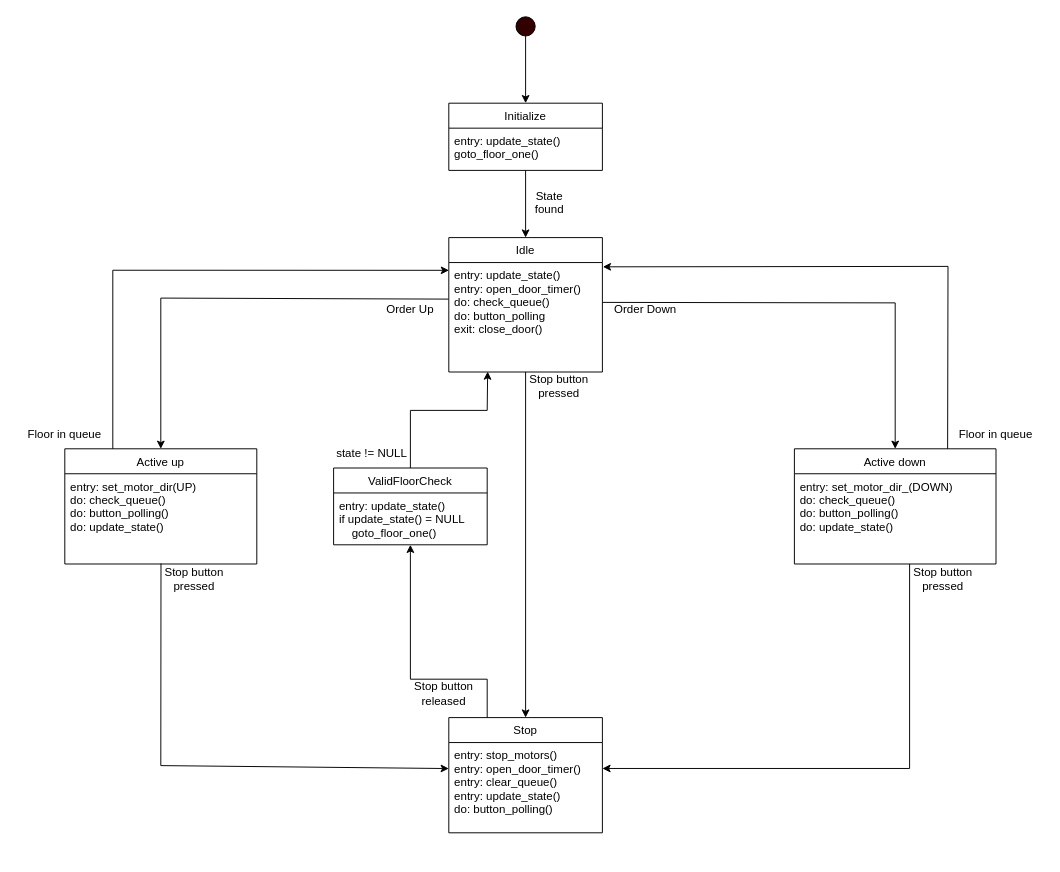
Earlier version of the draw.io diagram page "Tilstandsdiagram v2" (2 of 4) of state_machine.drawio (hk-lor/Tilpdat-TTK4235-heis). Source tidied: cells renumbered, new cells numbered last; positions are measured from the earlier drawing's top-left corner, leaving out a move shared by most shapes. Both pictures are drawn from the tidied source at 96%, with x=0, y=0 at pixel (16, 16).
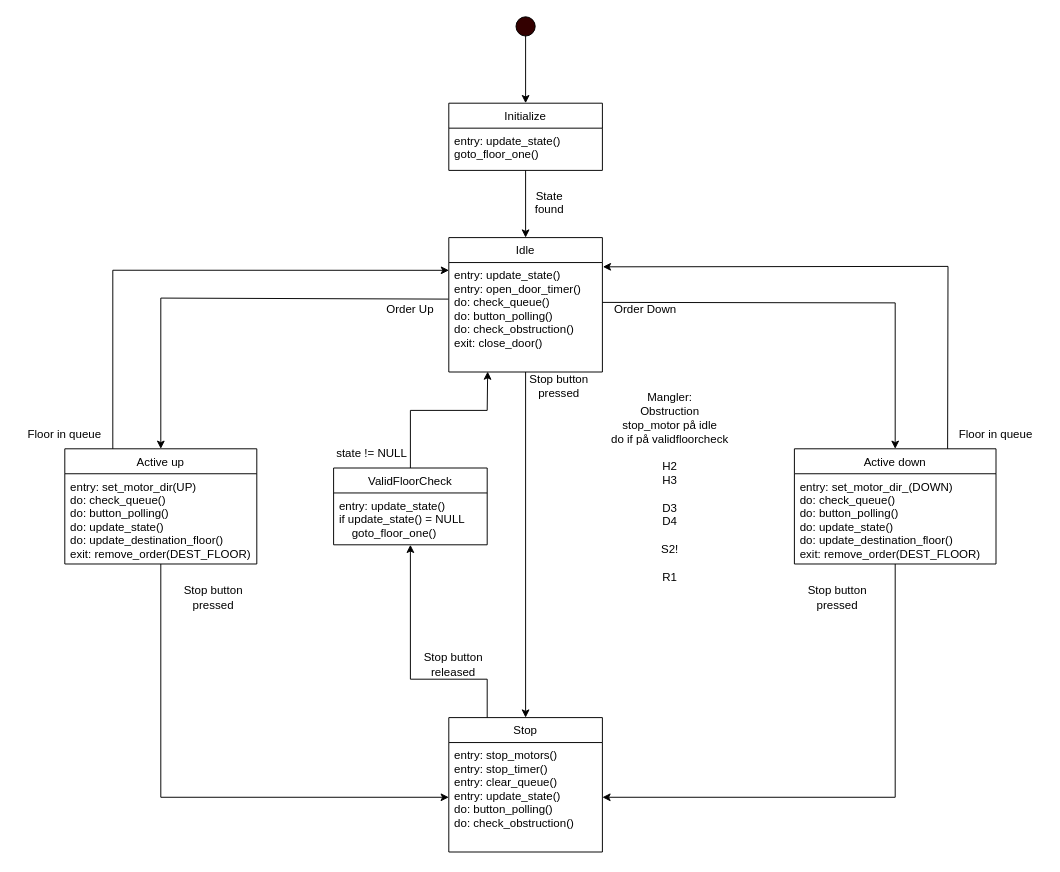
After the change.

Unchanged cells that the change refers to:
```xml
<mxCell id="7" value="Idle" style="swimlane;fontStyle=0;horizontal=1;startSize=26;fillColor=none;" parent="1" vertex="1">
  <mxGeometry x="450" y="230" width="160" height="140" as="geometry" />
</mxCell>
<mxCell id="10" value="Active up" style="swimlane;fontStyle=0;horizontal=1;startSize=26;fillColor=none;" parent="1" vertex="1">
  <mxGeometry x="50" y="450" width="200" height="120" as="geometry" />
</mxCell>
<mxCell id="12" value="Active down" style="swimlane;fontStyle=0;horizontal=1;startSize=26;fillColor=none;" parent="1" vertex="1">
  <mxGeometry x="810" y="450" width="210" height="120" as="geometry" />
</mxCell>
```

The edit, as a diff of the source:
```diff
@@
-    <mxCell id="8" value="entry: update_state()&#10;entry: open_door_timer()&#10;do: check_queue()&#10;do: button_polling&#10;exit: close_door()" style="text;strokeColor=none;fillColor=none;align=left;verticalAlign=top;spacingLeft=4;spacingRight=4;overflow=hidden;points=[[0,0.5],[1,0.5]];portConstraint=eastwest;" parent="7" vertex="1">
+    <mxCell id="8" value="entry: update_state()&#10;entry: open_door_timer()&#10;do: check_queue()&#10;do: button_polling()&#10;do: check_obstruction()&#10;exit: close_door()" style="text;strokeColor=none;fillColor=none;align=left;verticalAlign=top;spacingLeft=4;spacingRight=4;overflow=hidden;points=[[0,0.5],[1,0.5]];portConstraint=eastwest;" parent="7" vertex="1">
       <mxGeometry y="26" width="160" height="114" as="geometry" />
     </mxCell>
@@
+    <mxCell id="36" style="edgeStyle=orthogonalEdgeStyle;rounded=0;jettySize=auto;html=1;exitX=0.5;exitY=1;exitDx=0;exitDy=0;entryX=0;entryY=0.5;entryDx=0;entryDy=0;" parent="1" edge="1" source="10" target="15">
+      <mxGeometry relative="1" as="geometry" />
+    </mxCell>
@@
-    <mxCell id="11" value="entry: set_motor_dir(UP)&#10;do: check_queue()&#10;do: button_polling()&#10;do: update_state()" style="text;strokeColor=none;fillColor=none;align=left;verticalAlign=top;spacingLeft=4;spacingRight=4;overflow=hidden;points=[[0,0.5],[1,0.5]];portConstraint=eastwest;" parent="10" vertex="1">
+    <mxCell id="11" value="entry: set_motor_dir(UP)&#10;do: check_queue()&#10;do: button_polling()&#10;do: update_state()&#10;do: update_destination_floor()&#10;exit: remove_order(DEST_FLOOR)" style="text;strokeColor=none;fillColor=none;align=left;verticalAlign=top;spacingLeft=4;spacingRight=4;overflow=hidden;points=[[0,0.5],[1,0.5]];portConstraint=eastwest;" parent="10" vertex="1">
       <mxGeometry y="26" width="200" height="94" as="geometry" />
     </mxCell>
+    <mxCell id="37" style="edgeStyle=orthogonalEdgeStyle;rounded=0;jettySize=auto;html=1;exitX=0.5;exitY=1;exitDx=0;exitDy=0;entryX=1;entryY=0.5;entryDx=0;entryDy=0;" parent="1" edge="1" source="12" target="15">
+      <mxGeometry relative="1" as="geometry" />
+    </mxCell>
@@
-    <mxCell id="13" value="entry: set_motor_dir_(DOWN)&#10;do: check_queue()&#10;do: button_polling()&#10;do: update_state()" style="text;strokeColor=none;fillColor=none;align=left;verticalAlign=top;spacingLeft=4;spacingRight=4;overflow=hidden;" parent="12" vertex="1">
+    <mxCell id="13" value="entry: set_motor_dir_(DOWN)&#10;do: check_queue()&#10;do: button_polling()&#10;do: update_state()&#10;do: update_destination_floor()&#10;exit: remove_order(DEST_FLOOR)" style="text;strokeColor=none;fillColor=none;align=left;verticalAlign=top;spacingLeft=4;spacingRight=4;overflow=hidden;" parent="12" vertex="1">
       <mxGeometry y="26" width="210" height="94" as="geometry" />
     </mxCell>
     <mxCell id="14" value="Stop" style="swimlane;fontStyle=0;horizontal=1;startSize=26;fillColor=none;" parent="1" vertex="1">
-      <mxGeometry x="450" y="730" width="160" height="120" as="geometry" />
+      <mxGeometry x="450" y="730" width="160" height="140" as="geometry" />
     </mxCell>
-    <mxCell id="15" value="entry: stop_motors()&#10;entry: open_door_timer()&#10;entry: clear_queue()&#10;entry: update_state()&#10;do: button_polling()" style="text;strokeColor=none;fillColor=none;align=left;verticalAlign=top;spacingLeft=4;spacingRight=4;overflow=hidden;points=[[0,0.5],[1,0.5]];portConstraint=eastwest;" parent="14" vertex="1">
-      <mxGeometry y="26" width="160" height="94" as="geometry" />
+    <mxCell id="15" value="entry: stop_motors()&#10;entry: stop_timer()&#10;entry: clear_queue()&#10;entry: update_state()&#10;do: button_polling()&#10;do: check_obstruction()" style="text;strokeColor=none;fillColor=none;align=left;verticalAlign=top;spacingLeft=4;spacingRight=4;overflow=hidden;points=[[0,0.5],[1,0.5]];portConstraint=eastwest;" parent="14" vertex="1">
+      <mxGeometry y="26" width="160" height="114" as="geometry" />
     </mxCell>
-    <mxCell id="16" style="endArrow=classic;html=1;rounded=0;entryX=0;entryY=0.288;entryDx=0;entryDy=0;exitX=0.501;exitY=0.995;exitDx=0;exitDy=0;exitPerimeter=0;entryPerimeter=0;" parent="1" edge="1" source="11" target="15">
-      <mxGeometry relative="1" as="geometry">
-        <Array as="points">
-          <mxPoint x="150" y="780" />
-        </Array>
-      </mxGeometry>
-    </mxCell>
@@
-    <mxCell id="18" style="endArrow=classic;html=1;rounded=0;" parent="1" edge="1">
-      <mxGeometry relative="1" as="geometry">
-        <mxPoint x="930" y="570" as="sourcePoint" />
-        <mxPoint x="610" y="783" as="targetPoint" />
-        <Array as="points">
-          <mxPoint x="930" y="783" />
-        </Array>
-      </mxGeometry>
-    </mxCell>
     <mxCell id="19" value="Stop button pressed" style="text;html=1;strokeColor=none;fillColor=none;align=center;verticalAlign=middle;whiteSpace=wrap;rounded=0;" parent="1" vertex="1">
-      <mxGeometry x="140" y="571" width="90" height="30" as="geometry" />
+      <mxGeometry x="160" y="590" width="90" height="30" as="geometry" />
     </mxCell>
     <mxCell id="20" value="Stop button pressed" style="text;html=1;strokeColor=none;fillColor=none;align=center;verticalAlign=middle;whiteSpace=wrap;rounded=0;" parent="1" vertex="1">
-      <mxGeometry x="920" y="571" width="90" height="30" as="geometry" />
+      <mxGeometry x="810" y="590" width="90" height="30" as="geometry" />
     </mxCell>
@@
     <mxCell id="28" value="Stop button&lt;br&gt;released" style="text;html=1;strokeColor=none;fillColor=none;align=center;verticalAlign=middle;whiteSpace=wrap;rounded=0;" parent="1" vertex="1">
-      <mxGeometry x="400" y="690" width="90" height="30" as="geometry" />
+      <mxGeometry x="410" y="660" width="90" height="30" as="geometry" />
     </mxCell>
@@
+    <mxCell id="38" value="&lt;div&gt;Mangler:&lt;/div&gt;&lt;div&gt;Obstruction&lt;/div&gt;&lt;div&gt;stop_motor på idle&lt;/div&gt;&lt;div&gt;do if på validfloorcheck&lt;/div&gt;&lt;div&gt;&lt;br&gt;&lt;/div&gt;&lt;div&gt;H2&lt;/div&gt;&lt;div&gt;H3&lt;/div&gt;&lt;div&gt;&lt;br&gt;&lt;/div&gt;&lt;div&gt;D3&lt;/div&gt;&lt;div&gt;D4&lt;/div&gt;&lt;div&gt;&lt;br&gt;&lt;/div&gt;&lt;div&gt;S2!&lt;/div&gt;&lt;div&gt;&lt;br&gt;&lt;/div&gt;&lt;div&gt;R1&lt;/div&gt;" style="text;html=1;align=center;verticalAlign=middle;strokeColor=none;fillColor=none;" parent="1" vertex="1">
+      <mxGeometry x="610" y="380" width="140" height="220" as="geometry" />
+    </mxCell>
```
